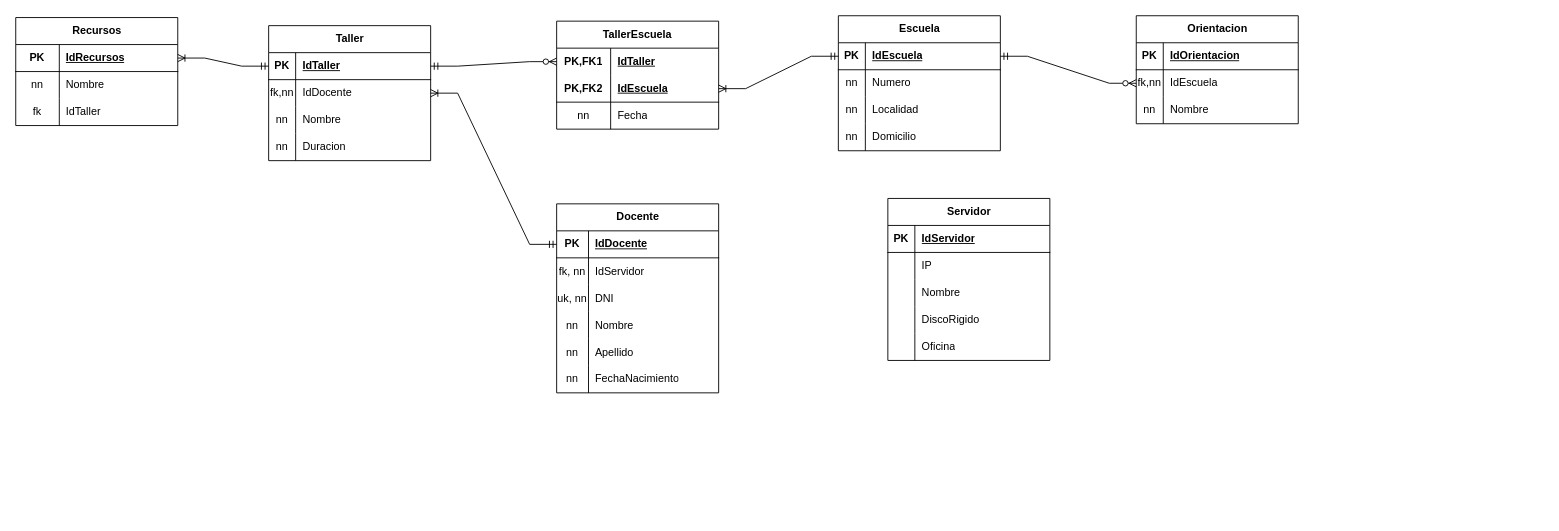
This is EscuelaServidor.drawio from javier-varela/Diagramas, a draw.io file, before an edit. Source tidied: cells renumbered, new cells numbered last; positions are measured from the earlier drawing's top-left corner, leaving out a move shared by most shapes. Both pictures are drawn from the tidied source at 90%, with x=0, y=0 at pixel (15, 15).
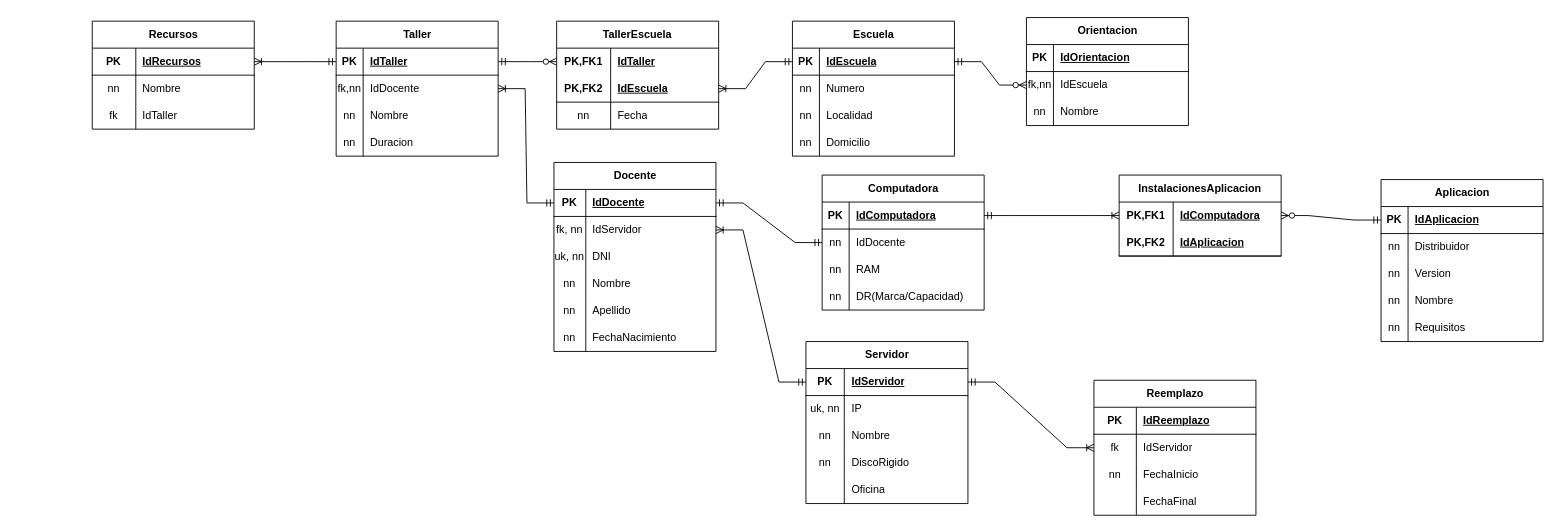
Above is the later version.

Unchanged cells that the change refers to:
```xml
<mxCell id="63" style="shape=tableRow;horizontal=0;startSize=0;swimlaneHead=0;swimlaneBody=0;fillColor=none;points=[[0,0.5],[1,0.5]];portConstraint=eastwest;top=0;left=0;right=0;bottom=1;" parent="62" vertex="1">
  <mxGeometry y="30" width="180" height="30" as="geometry" />
</mxCell>
<mxCell id="66" style="shape=tableRow;horizontal=0;startSize=0;swimlaneHead=0;swimlaneBody=0;fillColor=none;points=[[0,0.5],[1,0.5]];portConstraint=eastwest;top=0;left=0;right=0;bottom=0;" parent="62" vertex="1">
  <mxGeometry y="60" width="180" height="30" as="geometry" />
</mxCell>
<mxCell id="83" style="shape=tableRow;horizontal=0;startSize=0;swimlaneHead=0;swimlaneBody=0;fillColor=none;points=[[0,0.5],[1,0.5]];portConstraint=eastwest;top=0;left=0;right=0;bottom=1;" parent="82" vertex="1">
  <mxGeometry y="30" width="180" height="30" as="geometry" />
</mxCell>
<mxCell id="86" style="shape=tableRow;horizontal=0;startSize=0;swimlaneHead=0;swimlaneBody=0;fillColor=none;top=0;left=0;right=0;bottom=0;" parent="82" vertex="1">
  <mxGeometry y="60" width="180" height="30" as="geometry" />
</mxCell>
<mxCell id="89" style="shape=tableRow;horizontal=0;startSize=0;swimlaneHead=0;swimlaneBody=0;fillColor=none;top=0;left=0;right=0;bottom=0;" parent="82" vertex="1">
  <mxGeometry y="90" width="180" height="30" as="geometry" />
</mxCell>
<mxCell id="92" style="shape=tableRow;horizontal=0;startSize=0;swimlaneHead=0;swimlaneBody=0;fillColor=none;top=0;left=0;right=0;bottom=0;" parent="82" vertex="1">
  <mxGeometry y="120" width="180" height="30" as="geometry" />
</mxCell>
<mxCell id="95" style="shape=tableRow;horizontal=0;startSize=0;swimlaneHead=0;swimlaneBody=0;fillColor=none;top=0;left=0;right=0;bottom=0;" parent="82" vertex="1">
  <mxGeometry y="150" width="180" height="30" as="geometry" />
</mxCell>
```

Change to the diagram source:
```diff
@@
     <mxCell id="2" value="Taller" style="shape=table;startSize=30;childLayout=tableLayout;rowLines=0;fontStyle=1;align=center;html=1;" parent="1" vertex="1">
-      <mxGeometry x="281" y="11" width="180" height="150" as="geometry" />
+      <mxGeometry x="356" y="6" width="180" height="150" as="geometry" />
     </mxCell>
@@
     <mxCell id="15" value="Escuela" style="shape=table;startSize=30;childLayout=tableLayout;rowLines=0;fontStyle=1;align=center;html=1;" parent="1" vertex="1">
-      <mxGeometry x="914" width="180" height="150" as="geometry" />
+      <mxGeometry x="863" y="6" width="180" height="150" as="geometry" />
     </mxCell>
@@
     <mxCell id="40" value="Recursos" style="shape=table;startSize=30;childLayout=tableLayout;rowLines=0;fontStyle=1;align=center;html=1;" parent="1" vertex="1">
-      <mxGeometry y="2" width="180" height="120" as="geometry" />
+      <mxGeometry x="85" y="6" width="180" height="120" as="geometry" />
     </mxCell>
@@
     <mxCell id="51" value="Orientacion" style="shape=table;startSize=30;childLayout=tableLayout;rowLines=0;fontStyle=1;align=center;html=1;" parent="1" vertex="1">
-      <mxGeometry x="1245" width="180" height="120" as="geometry" />
+      <mxGeometry x="1123" y="2" width="180" height="120" as="geometry" />
     </mxCell>
@@
     <mxCell id="62" value="Docente" style="shape=table;startSize=30;childLayout=tableLayout;rowLines=0;fontStyle=1;align=center;html=1;" parent="1" vertex="1">
-      <mxGeometry x="601" y="209" width="180" height="210" as="geometry" />
+      <mxGeometry x="598" y="163" width="180" height="210" as="geometry" />
     </mxCell>
@@
     <mxCell id="82" value="Servidor" style="shape=table;startSize=30;childLayout=tableLayout;rowLines=0;fontStyle=1;align=center;html=1;" parent="1" vertex="1">
-      <mxGeometry x="969" y="203" width="180" height="180" as="geometry" />
+      <mxGeometry x="878" y="362" width="180" height="180" as="geometry" />
     </mxCell>
@@
     <mxCell id="84" value="PK" style="shape=partialRectangle;fillColor=none;top=0;left=0;bottom=0;right=0;fontStyle=1;overflow=hidden;whiteSpace=wrap;html=1;" parent="83" vertex="1">
-      <mxGeometry width="30" height="30" as="geometry" />
+      <mxGeometry width="42.6" height="30" as="geometry" />
     </mxCell>
     <mxCell id="85" value="IdServidor" style="shape=partialRectangle;fillColor=none;top=0;left=0;bottom=0;right=0;align=left;spacingLeft=6;fontStyle=5;overflow=hidden;whiteSpace=wrap;html=1;" parent="83" vertex="1">
-      <mxGeometry x="30" width="150" height="30" as="geometry" />
+      <mxGeometry x="42.6" width="137.4" height="30" as="geometry" />
     </mxCell>
@@
-    <mxCell id="87" style="shape=partialRectangle;fillColor=none;top=0;left=0;bottom=0;right=0;overflow=hidden;whiteSpace=wrap;html=1;" parent="86" vertex="1">
-      <mxGeometry width="30" height="30" as="geometry" />
+    <mxCell id="87" value="uk, nn" style="shape=partialRectangle;fillColor=none;top=0;left=0;bottom=0;right=0;overflow=hidden;whiteSpace=wrap;html=1;" parent="86" vertex="1">
+      <mxGeometry width="42.6" height="30" as="geometry" />
     </mxCell>
     <mxCell id="88" value="IP" style="shape=partialRectangle;fillColor=none;top=0;left=0;bottom=0;right=0;align=left;spacingLeft=6;overflow=hidden;whiteSpace=wrap;html=1;" parent="86" vertex="1">
-      <mxGeometry x="30" width="150" height="30" as="geometry" />
+      <mxGeometry x="42.6" width="137.4" height="30" as="geometry" />
     </mxCell>
@@
-    <mxCell id="90" style="shape=partialRectangle;fillColor=none;top=0;left=0;bottom=0;right=0;overflow=hidden;whiteSpace=wrap;html=1;" parent="89" vertex="1">
-      <mxGeometry width="30" height="30" as="geometry" />
+    <mxCell id="90" value="nn" style="shape=partialRectangle;fillColor=none;top=0;left=0;bottom=0;right=0;overflow=hidden;whiteSpace=wrap;html=1;" parent="89" vertex="1">
+      <mxGeometry width="42.6" height="30" as="geometry" />
     </mxCell>
     <mxCell id="91" value="Nombre" style="shape=partialRectangle;fillColor=none;top=0;left=0;bottom=0;right=0;align=left;spacingLeft=6;overflow=hidden;whiteSpace=wrap;html=1;" parent="89" vertex="1">
-      <mxGeometry x="30" width="150" height="30" as="geometry" />
+      <mxGeometry x="42.6" width="137.4" height="30" as="geometry" />
     </mxCell>
@@
-    <mxCell id="93" style="shape=partialRectangle;fillColor=none;top=0;left=0;bottom=0;right=0;overflow=hidden;whiteSpace=wrap;html=1;" parent="92" vertex="1">
-      <mxGeometry width="30" height="30" as="geometry" />
+    <mxCell id="93" value="nn" style="shape=partialRectangle;fillColor=none;top=0;left=0;bottom=0;right=0;overflow=hidden;whiteSpace=wrap;html=1;" parent="92" vertex="1">
+      <mxGeometry width="42.6" height="30" as="geometry" />
     </mxCell>
     <mxCell id="94" value="DiscoRigido" style="shape=partialRectangle;fillColor=none;top=0;left=0;bottom=0;right=0;align=left;spacingLeft=6;overflow=hidden;whiteSpace=wrap;html=1;" parent="92" vertex="1">
-      <mxGeometry x="30" width="150" height="30" as="geometry" />
+      <mxGeometry x="42.6" width="137.4" height="30" as="geometry" />
     </mxCell>
@@
     <mxCell id="96" style="shape=partialRectangle;fillColor=none;top=0;left=0;bottom=0;right=0;overflow=hidden;whiteSpace=wrap;html=1;" parent="95" vertex="1">
-      <mxGeometry width="30" height="30" as="geometry" />
+      <mxGeometry width="42.6" height="30" as="geometry" />
     </mxCell>
     <mxCell id="97" value="Oficina" style="shape=partialRectangle;fillColor=none;top=0;left=0;bottom=0;right=0;align=left;spacingLeft=6;overflow=hidden;whiteSpace=wrap;html=1;" parent="95" vertex="1">
-      <mxGeometry x="30" width="150" height="30" as="geometry" />
+      <mxGeometry x="42.6" width="137.4" height="30" as="geometry" />
     </mxCell>
+    <mxCell id="98" style="edgeStyle=entityRelationEdgeStyle;fontSize=12;html=1;endArrow=ERoneToMany;startArrow=ERmandOne;rounded=0;" parent="1" edge="1" source="83" target="66">
+      <mxGeometry relative="1" as="geometry" />
+    </mxCell>
+    <mxCell id="99" value="Reemplazo" style="shape=table;startSize=30;childLayout=tableLayout;rowLines=0;fontStyle=1;align=center;html=1;" parent="1" vertex="1">
+      <mxGeometry x="1198" y="405" width="180" height="150" as="geometry" />
+    </mxCell>
+    <mxCell id="100" style="shape=tableRow;horizontal=0;startSize=0;swimlaneHead=0;swimlaneBody=0;fillColor=none;top=0;left=0;right=0;bottom=1;" parent="99" vertex="1">
+      <mxGeometry y="30" width="180" height="30" as="geometry" />
+    </mxCell>
+    <mxCell id="101" value="PK" style="shape=partialRectangle;fillColor=none;top=0;left=0;bottom=0;right=0;fontStyle=1;overflow=hidden;whiteSpace=wrap;html=1;" parent="100" vertex="1">
+      <mxGeometry width="47.1" height="30" as="geometry" />
+    </mxCell>
+    <mxCell id="102" value="IdReemplazo" style="shape=partialRectangle;fillColor=none;top=0;left=0;bottom=0;right=0;align=left;spacingLeft=6;fontStyle=5;overflow=hidden;whiteSpace=wrap;html=1;" parent="100" vertex="1">
+      <mxGeometry x="47.1" width="132.9" height="30" as="geometry" />
+    </mxCell>
+    <mxCell id="103" style="shape=tableRow;horizontal=0;startSize=0;swimlaneHead=0;swimlaneBody=0;fillColor=none;points=[[0,0.5],[1,0.5]];portConstraint=eastwest;top=0;left=0;right=0;bottom=0;" parent="99" vertex="1">
+      <mxGeometry y="60" width="180" height="30" as="geometry" />
+    </mxCell>
+    <mxCell id="104" value="fk" style="shape=partialRectangle;fillColor=none;top=0;left=0;bottom=0;right=0;overflow=hidden;whiteSpace=wrap;html=1;" parent="103" vertex="1">
+      <mxGeometry width="47.1" height="30" as="geometry" />
+    </mxCell>
+    <mxCell id="105" value="IdServidor" style="shape=partialRectangle;fillColor=none;top=0;left=0;bottom=0;right=0;align=left;spacingLeft=6;overflow=hidden;whiteSpace=wrap;html=1;" parent="103" vertex="1">
+      <mxGeometry x="47.1" width="132.9" height="30" as="geometry" />
+    </mxCell>
+    <mxCell id="106" style="shape=tableRow;horizontal=0;startSize=0;swimlaneHead=0;swimlaneBody=0;fillColor=none;top=0;left=0;right=0;bottom=0;" parent="99" vertex="1">
+      <mxGeometry y="90" width="180" height="30" as="geometry" />
+    </mxCell>
+    <mxCell id="107" value="nn" style="shape=partialRectangle;fillColor=none;top=0;left=0;bottom=0;right=0;overflow=hidden;whiteSpace=wrap;html=1;" parent="106" vertex="1">
+      <mxGeometry width="47.1" height="30" as="geometry" />
+    </mxCell>
+    <mxCell id="108" value="FechaInicio" style="shape=partialRectangle;fillColor=none;top=0;left=0;bottom=0;right=0;align=left;spacingLeft=6;overflow=hidden;whiteSpace=wrap;html=1;" parent="106" vertex="1">
+      <mxGeometry x="47.1" width="132.9" height="30" as="geometry" />
+    </mxCell>
+    <mxCell id="109" style="shape=tableRow;horizontal=0;startSize=0;swimlaneHead=0;swimlaneBody=0;fillColor=none;top=0;left=0;right=0;bottom=0;" parent="99" vertex="1">
+      <mxGeometry y="120" width="180" height="30" as="geometry" />
+    </mxCell>
+    <mxCell id="110" style="shape=partialRectangle;fillColor=none;top=0;left=0;bottom=0;right=0;overflow=hidden;whiteSpace=wrap;html=1;" parent="109" vertex="1">
+      <mxGeometry width="47.1" height="30" as="geometry" />
+    </mxCell>
+    <mxCell id="111" value="FechaFinal" style="shape=partialRectangle;fillColor=none;top=0;left=0;bottom=0;right=0;align=left;spacingLeft=6;overflow=hidden;whiteSpace=wrap;html=1;" parent="109" vertex="1">
+      <mxGeometry x="47.1" width="132.9" height="30" as="geometry" />
+    </mxCell>
+    <mxCell id="112" style="edgeStyle=entityRelationEdgeStyle;fontSize=12;html=1;endArrow=ERoneToMany;startArrow=ERmandOne;rounded=0;" parent="1" edge="1" source="83" target="103">
+      <mxGeometry relative="1" as="geometry" />
+    </mxCell>
+    <mxCell id="113" value="Computadora" style="shape=table;startSize=30;childLayout=tableLayout;rowLines=0;fontStyle=1;align=center;html=1;" parent="1" vertex="1">
+      <mxGeometry x="896" y="177" width="180" height="150" as="geometry" />
+    </mxCell>
+    <mxCell id="114" style="shape=tableRow;horizontal=0;startSize=0;swimlaneHead=0;swimlaneBody=0;fillColor=none;points=[[0,0.5],[1,0.5]];portConstraint=eastwest;top=0;left=0;right=0;bottom=1;" parent="113" vertex="1">
+      <mxGeometry y="30" width="180" height="30" as="geometry" />
+    </mxCell>
+    <mxCell id="115" value="PK" style="shape=partialRectangle;fillColor=none;top=0;left=0;bottom=0;right=0;fontStyle=1;overflow=hidden;whiteSpace=wrap;html=1;" parent="114" vertex="1">
+      <mxGeometry width="30" height="30" as="geometry" />
+    </mxCell>
+    <mxCell id="116" value="IdComputadora" style="shape=partialRectangle;fillColor=none;top=0;left=0;bottom=0;right=0;align=left;spacingLeft=6;fontStyle=5;overflow=hidden;whiteSpace=wrap;html=1;" parent="114" vertex="1">
+      <mxGeometry x="30" width="150" height="30" as="geometry" />
+    </mxCell>
+    <mxCell id="117" style="shape=tableRow;horizontal=0;startSize=0;swimlaneHead=0;swimlaneBody=0;fillColor=none;points=[[0,0.5],[1,0.5]];portConstraint=eastwest;top=0;left=0;right=0;bottom=0;" parent="113" vertex="1">
+      <mxGeometry y="60" width="180" height="30" as="geometry" />
+    </mxCell>
+    <mxCell id="118" value="nn" style="shape=partialRectangle;fillColor=none;top=0;left=0;bottom=0;right=0;overflow=hidden;whiteSpace=wrap;html=1;" parent="117" vertex="1">
+      <mxGeometry width="30" height="30" as="geometry" />
+    </mxCell>
+    <mxCell id="119" value="IdDocente" style="shape=partialRectangle;fillColor=none;top=0;left=0;bottom=0;right=0;align=left;spacingLeft=6;overflow=hidden;whiteSpace=wrap;html=1;" parent="117" vertex="1">
+      <mxGeometry x="30" width="150" height="30" as="geometry" />
+    </mxCell>
+    <mxCell id="120" style="shape=tableRow;horizontal=0;startSize=0;swimlaneHead=0;swimlaneBody=0;fillColor=none;top=0;left=0;right=0;bottom=0;" parent="113" vertex="1">
+      <mxGeometry y="90" width="180" height="30" as="geometry" />
+    </mxCell>
+    <mxCell id="121" value="nn" style="shape=partialRectangle;fillColor=none;top=0;left=0;bottom=0;right=0;overflow=hidden;whiteSpace=wrap;html=1;" parent="120" vertex="1">
+      <mxGeometry width="30" height="30" as="geometry" />
+    </mxCell>
+    <mxCell id="122" value="RAM" style="shape=partialRectangle;fillColor=none;top=0;left=0;bottom=0;right=0;align=left;spacingLeft=6;overflow=hidden;whiteSpace=wrap;html=1;" parent="120" vertex="1">
+      <mxGeometry x="30" width="150" height="30" as="geometry" />
+    </mxCell>
+    <mxCell id="123" style="shape=tableRow;horizontal=0;startSize=0;swimlaneHead=0;swimlaneBody=0;fillColor=none;top=0;left=0;right=0;bottom=0;" parent="113" vertex="1">
+      <mxGeometry y="120" width="180" height="30" as="geometry" />
+    </mxCell>
+    <mxCell id="124" value="nn" style="shape=partialRectangle;fillColor=none;top=0;left=0;bottom=0;right=0;overflow=hidden;whiteSpace=wrap;html=1;" parent="123" vertex="1">
+      <mxGeometry width="30" height="30" as="geometry" />
+    </mxCell>
+    <mxCell id="125" value="DR(Marca/Capacidad)" style="shape=partialRectangle;fillColor=none;top=0;left=0;bottom=0;right=0;align=left;spacingLeft=6;overflow=hidden;whiteSpace=wrap;html=1;" parent="123" vertex="1">
+      <mxGeometry x="30" width="150" height="30" as="geometry" />
+    </mxCell>
+    <mxCell id="126" style="edgeStyle=entityRelationEdgeStyle;fontSize=12;html=1;endArrow=ERmandOne;startArrow=ERmandOne;rounded=0;" parent="1" edge="1" source="63" target="117">
+      <mxGeometry relative="1" as="geometry" />
+    </mxCell>
+    <mxCell id="127" value="Aplicacion" style="shape=table;startSize=30;childLayout=tableLayout;rowLines=0;fontStyle=1;align=center;html=1;" parent="1" vertex="1">
+      <mxGeometry x="1517" y="182" width="180" height="180" as="geometry" />
+    </mxCell>
+    <mxCell id="128" style="shape=tableRow;horizontal=0;startSize=0;swimlaneHead=0;swimlaneBody=0;fillColor=none;points=[[0,0.5],[1,0.5]];portConstraint=eastwest;top=0;left=0;right=0;bottom=1;" parent="127" vertex="1">
+      <mxGeometry y="30" width="180" height="30" as="geometry" />
+    </mxCell>
+    <mxCell id="129" value="PK" style="shape=partialRectangle;fillColor=none;top=0;left=0;bottom=0;right=0;fontStyle=1;overflow=hidden;whiteSpace=wrap;html=1;" parent="128" vertex="1">
+      <mxGeometry width="30" height="30" as="geometry" />
+    </mxCell>
+    <mxCell id="130" value="IdAplicacion" style="shape=partialRectangle;fillColor=none;top=0;left=0;bottom=0;right=0;align=left;spacingLeft=6;fontStyle=5;overflow=hidden;whiteSpace=wrap;html=1;" parent="128" vertex="1">
+      <mxGeometry x="30" width="150" height="30" as="geometry" />
+    </mxCell>
+    <mxCell id="131" style="shape=tableRow;horizontal=0;startSize=0;swimlaneHead=0;swimlaneBody=0;fillColor=none;top=0;left=0;right=0;bottom=0;" parent="127" vertex="1">
+      <mxGeometry y="60" width="180" height="30" as="geometry" />
+    </mxCell>
+    <mxCell id="132" value="nn" style="shape=partialRectangle;fillColor=none;top=0;left=0;bottom=0;right=0;overflow=hidden;whiteSpace=wrap;html=1;" parent="131" vertex="1">
+      <mxGeometry width="30" height="30" as="geometry" />
+    </mxCell>
+    <mxCell id="133" value="Distribuidor" style="shape=partialRectangle;fillColor=none;top=0;left=0;bottom=0;right=0;align=left;spacingLeft=6;overflow=hidden;whiteSpace=wrap;html=1;" parent="131" vertex="1">
+      <mxGeometry x="30" width="150" height="30" as="geometry" />
+    </mxCell>
+    <mxCell id="134" style="shape=tableRow;horizontal=0;startSize=0;swimlaneHead=0;swimlaneBody=0;fillColor=none;top=0;left=0;right=0;bottom=0;" parent="127" vertex="1">
+      <mxGeometry y="90" width="180" height="30" as="geometry" />
+    </mxCell>
+    <mxCell id="135" value="nn" style="shape=partialRectangle;fillColor=none;top=0;left=0;bottom=0;right=0;overflow=hidden;whiteSpace=wrap;html=1;" parent="134" vertex="1">
+      <mxGeometry width="30" height="30" as="geometry" />
+    </mxCell>
+    <mxCell id="136" value="Version" style="shape=partialRectangle;fillColor=none;top=0;left=0;bottom=0;right=0;align=left;spacingLeft=6;overflow=hidden;whiteSpace=wrap;html=1;" parent="134" vertex="1">
+      <mxGeometry x="30" width="150" height="30" as="geometry" />
+    </mxCell>
+    <mxCell id="137" style="shape=tableRow;horizontal=0;startSize=0;swimlaneHead=0;swimlaneBody=0;fillColor=none;top=0;left=0;right=0;bottom=0;" parent="127" vertex="1">
+      <mxGeometry y="120" width="180" height="30" as="geometry" />
+    </mxCell>
+    <mxCell id="138" value="nn" style="shape=partialRectangle;fillColor=none;top=0;left=0;bottom=0;right=0;overflow=hidden;whiteSpace=wrap;html=1;" parent="137" vertex="1">
+      <mxGeometry width="30" height="30" as="geometry" />
+    </mxCell>
+    <mxCell id="139" value="Nombre" style="shape=partialRectangle;fillColor=none;top=0;left=0;bottom=0;right=0;align=left;spacingLeft=6;overflow=hidden;whiteSpace=wrap;html=1;" parent="137" vertex="1">
+      <mxGeometry x="30" width="150" height="30" as="geometry" />
+    </mxCell>
+    <mxCell id="140" style="shape=tableRow;horizontal=0;startSize=0;swimlaneHead=0;swimlaneBody=0;fillColor=none;top=0;left=0;right=0;bottom=0;" parent="127" vertex="1">
+      <mxGeometry y="150" width="180" height="30" as="geometry" />
+    </mxCell>
+    <mxCell id="141" value="nn" style="shape=partialRectangle;fillColor=none;top=0;left=0;bottom=0;right=0;overflow=hidden;whiteSpace=wrap;html=1;" parent="140" vertex="1">
+      <mxGeometry width="30" height="30" as="geometry" />
+    </mxCell>
+    <mxCell id="142" value="Requisitos" style="shape=partialRectangle;fillColor=none;top=0;left=0;bottom=0;right=0;align=left;spacingLeft=6;overflow=hidden;whiteSpace=wrap;html=1;" parent="140" vertex="1">
+      <mxGeometry x="30" width="150" height="30" as="geometry" />
+    </mxCell>
+    <mxCell id="143" value="InstalacionesAplicacion" style="shape=table;startSize=30;childLayout=tableLayout;rowLines=0;fontStyle=1;align=center;html=1;whiteSpace=wrap;" parent="1" vertex="1">
+      <mxGeometry x="1226" y="177" width="180" height="90" as="geometry" />
+    </mxCell>
+    <mxCell id="144" style="shape=tableRow;horizontal=0;startSize=0;swimlaneHead=0;swimlaneBody=0;fillColor=none;points=[[0,0.5],[1,0.5]];portConstraint=eastwest;top=0;left=0;right=0;bottom=0;html=1;" parent="143" vertex="1">
+      <mxGeometry y="30" width="180" height="30" as="geometry" />
+    </mxCell>
+    <mxCell id="145" value="PK,FK1" style="shape=partialRectangle;fillColor=none;top=0;left=0;bottom=0;right=0;fontStyle=1;overflow=hidden;html=1;whiteSpace=wrap;" parent="144" vertex="1">
+      <mxGeometry width="60" height="30" as="geometry" />
+    </mxCell>
+    <mxCell id="146" value="IdComputadora" style="shape=partialRectangle;fillColor=none;top=0;left=0;bottom=0;right=0;align=left;spacingLeft=6;fontStyle=5;overflow=hidden;html=1;whiteSpace=wrap;" parent="144" vertex="1">
+      <mxGeometry x="60" width="120" height="30" as="geometry" />
+    </mxCell>
+    <mxCell id="147" style="shape=tableRow;horizontal=0;startSize=0;swimlaneHead=0;swimlaneBody=0;fillColor=none;top=0;left=0;right=0;bottom=1;html=1;" parent="143" vertex="1">
+      <mxGeometry y="60" width="180" height="30" as="geometry" />
+    </mxCell>
+    <mxCell id="148" value="PK,FK2" style="shape=partialRectangle;fillColor=none;top=0;left=0;bottom=0;right=0;fontStyle=1;overflow=hidden;html=1;whiteSpace=wrap;" parent="147" vertex="1">
+      <mxGeometry width="60" height="30" as="geometry" />
+    </mxCell>
+    <mxCell id="149" value="IdAplicacion" style="shape=partialRectangle;fillColor=none;top=0;left=0;bottom=0;right=0;align=left;spacingLeft=6;fontStyle=5;overflow=hidden;html=1;whiteSpace=wrap;" parent="147" vertex="1">
+      <mxGeometry x="60" width="120" height="30" as="geometry" />
+    </mxCell>
+    <mxCell id="150" style="edgeStyle=entityRelationEdgeStyle;fontSize=12;html=1;endArrow=ERzeroToMany;startArrow=ERmandOne;rounded=0;" parent="1" edge="1" source="128" target="144">
+      <mxGeometry relative="1" as="geometry" />
+    </mxCell>
+    <mxCell id="151" style="edgeStyle=entityRelationEdgeStyle;fontSize=12;html=1;endArrow=ERoneToMany;startArrow=ERmandOne;rounded=0;" parent="1" edge="1" source="114" target="144">
+      <mxGeometry relative="1" as="geometry" />
+    </mxCell>
```
